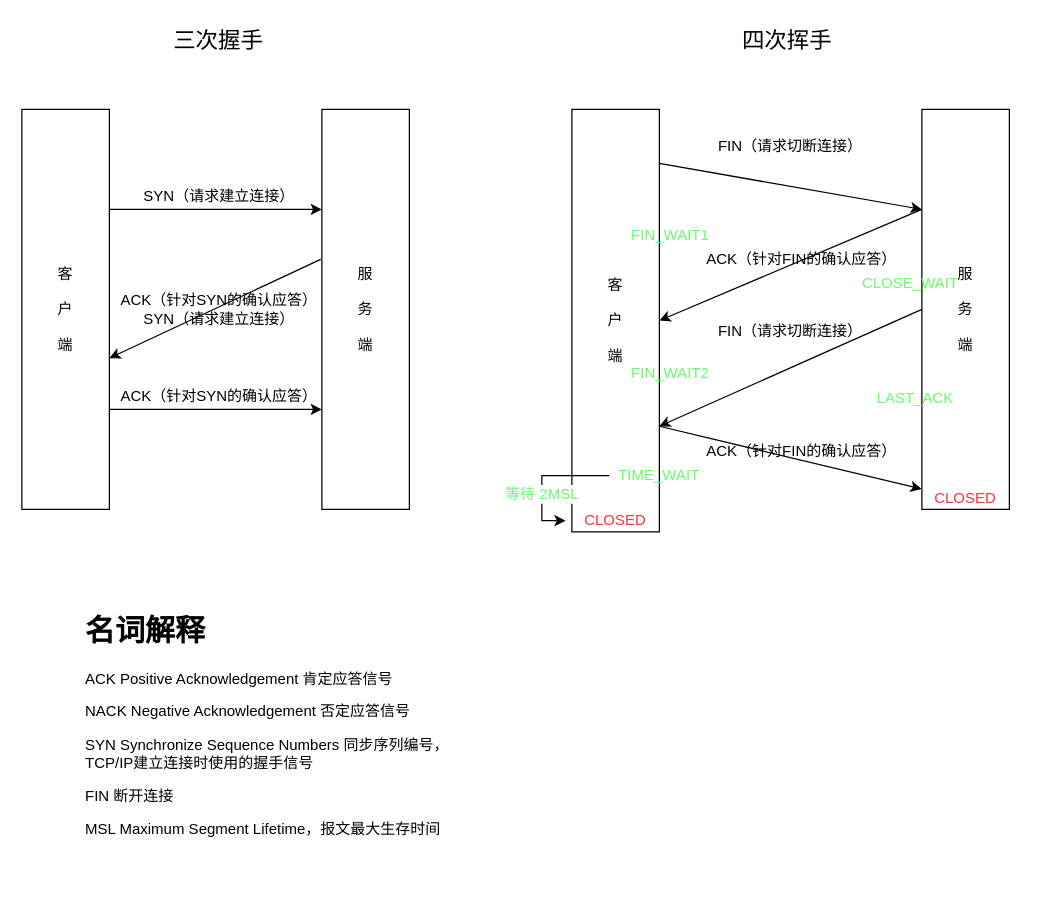
AmosWang0626/dream keeps this draw.io diagram as xmind/http/syn3-fin4.drawio. Above is the earlier version. Source tidied: cells renumbered, new cells numbered last; positions are measured from the earlier drawing's top-left corner, leaving out a move shared by most shapes. Both pictures are drawn from the tidied source at 125%, with x=0, y=0 at pixel (21, 21).
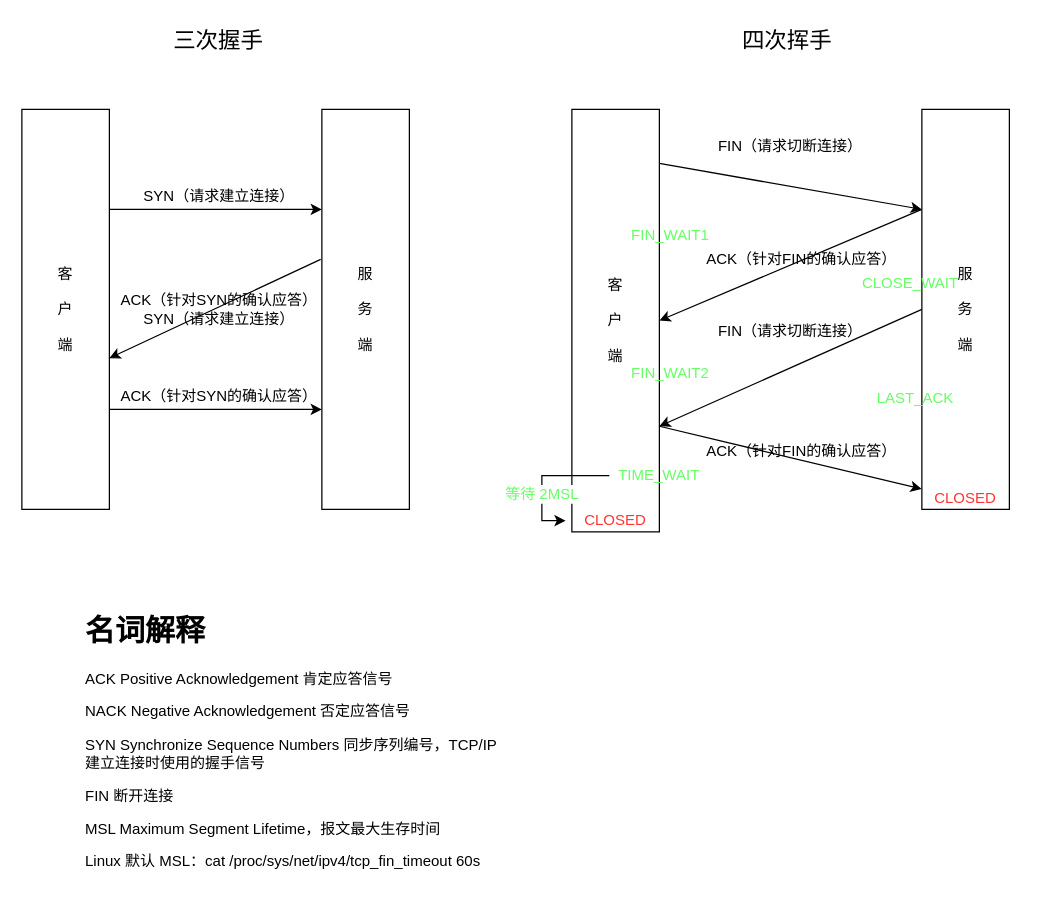
The same diagram, later.

What changed in the source:
```diff
@@
-    <mxCell id="22" value="&lt;h1&gt;名词解释&lt;/h1&gt;&lt;p&gt;ACK Positive Acknowledgement 肯定应答信号&lt;/p&gt;&lt;p&gt;NACK&amp;nbsp;Negative Acknowledgement 否定应答信号&lt;/p&gt;&lt;p&gt;SYN Synchronize Sequence Numbers 同步序列编号，TCP/IP建立连接时使用的握手信号&lt;/p&gt;&lt;p&gt;FIN 断开连接&lt;/p&gt;&lt;p&gt;MSL Maximum Segment Lifetime，报文最大生存时间&lt;br&gt;&lt;/p&gt;" style="text;html=1;strokeColor=none;fillColor=none;spacing=5;spacingTop=-20;whiteSpace=wrap;overflow=hidden;rounded=0;fontSize=12;" parent="1" vertex="1">
-      <mxGeometry x="46" y="468" width="310" height="190" as="geometry" />
+    <mxCell id="22" value="&lt;h1&gt;名词解释&lt;/h1&gt;&lt;p&gt;ACK Positive Acknowledgement 肯定应答信号&lt;/p&gt;&lt;p&gt;NACK&amp;nbsp;Negative Acknowledgement 否定应答信号&lt;/p&gt;&lt;p&gt;SYN Synchronize Sequence Numbers 同步序列编号，TCP/IP建立连接时使用的握手信号&lt;/p&gt;&lt;p&gt;FIN 断开连接&lt;/p&gt;&lt;p&gt;MSL Maximum Segment Lifetime，报文最大生存时间&lt;br&gt;&lt;/p&gt;&lt;p&gt;Linux 默认 MSL：cat /proc/sys/net/ipv4/tcp_fin_timeout 60s&lt;/p&gt;" style="text;html=1;strokeColor=none;fillColor=none;spacing=5;spacingTop=-20;whiteSpace=wrap;overflow=hidden;rounded=0;fontSize=12;" parent="1" vertex="1">
+      <mxGeometry x="46" y="468" width="340" height="220" as="geometry" />
     </mxCell>
```
